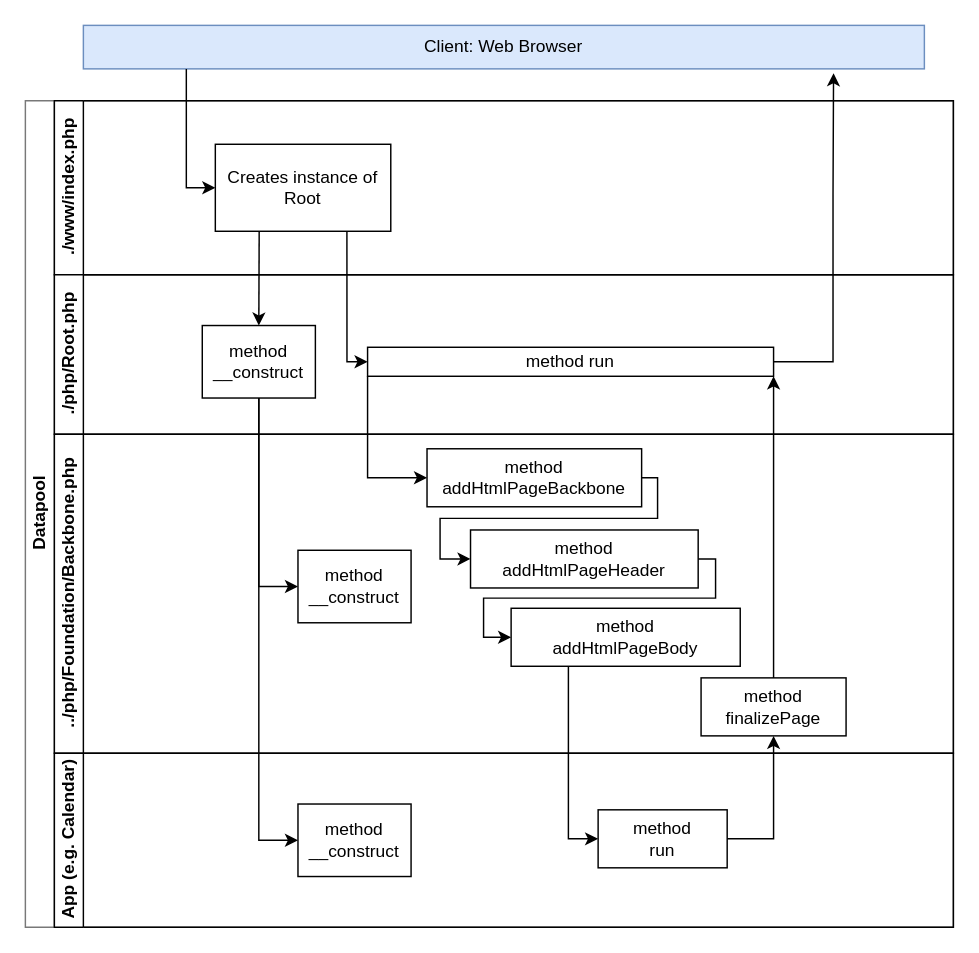
Earlier version of the draw.io diagram assets/Browser_call_flow.drawio (SourcePot/datapool). Source tidied: cells renumbered, new cells numbered last; positions are measured from the earlier drawing's top-left corner, leaving out a move shared by most shapes. Both pictures are drawn from the tidied source at 145%, with x=0, y=0 at pixel (25, 25).
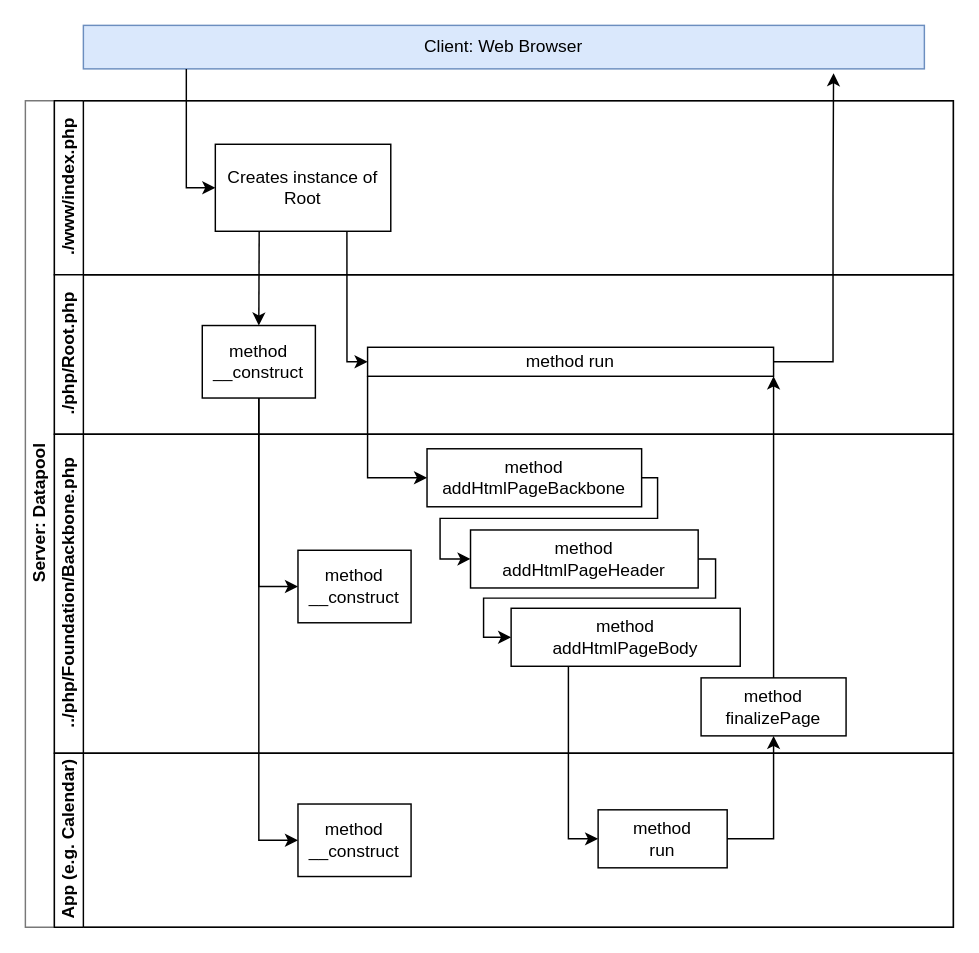
Above is the later version.

What changed in the source:
```diff
@@
-    <mxCell id="2" value="Datapool" style="swimlane;html=1;horizontal=0;startSize=20;strokeColor=#787878;" parent="1" vertex="1">
+    <mxCell id="2" value="Server: Datapool" style="swimlane;html=1;horizontal=0;startSize=20;strokeColor=#787878;" parent="1" vertex="1">
       <mxGeometry y="52" width="640" height="570" as="geometry" />
     </mxCell>
```
